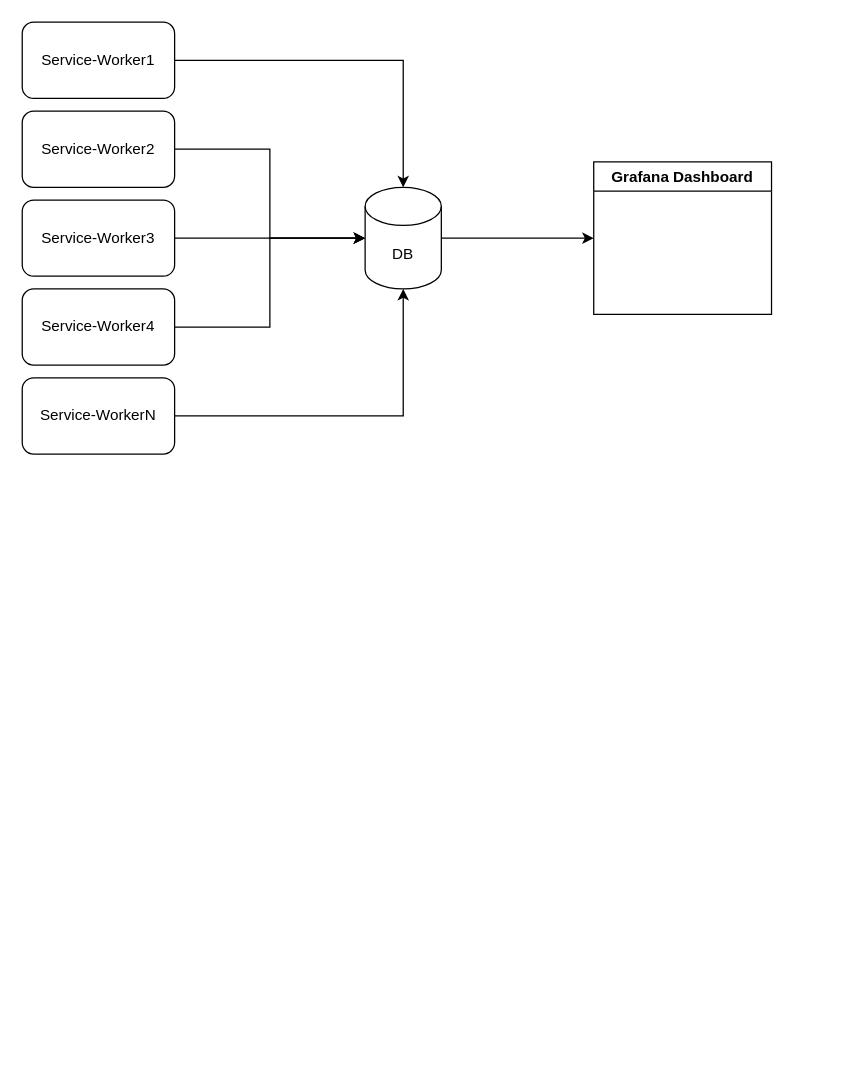
Above: ServiceMetricsDB.drawio in ravisjha/test (draw.io), before the change. Source tidied: cells renumbered, new cells numbered last; positions are measured from the earlier drawing's top-left corner, leaving out a move shared by most shapes. Both pictures are drawn from the tidied source at 127%, with x=0, y=0 at pixel (22, 22).
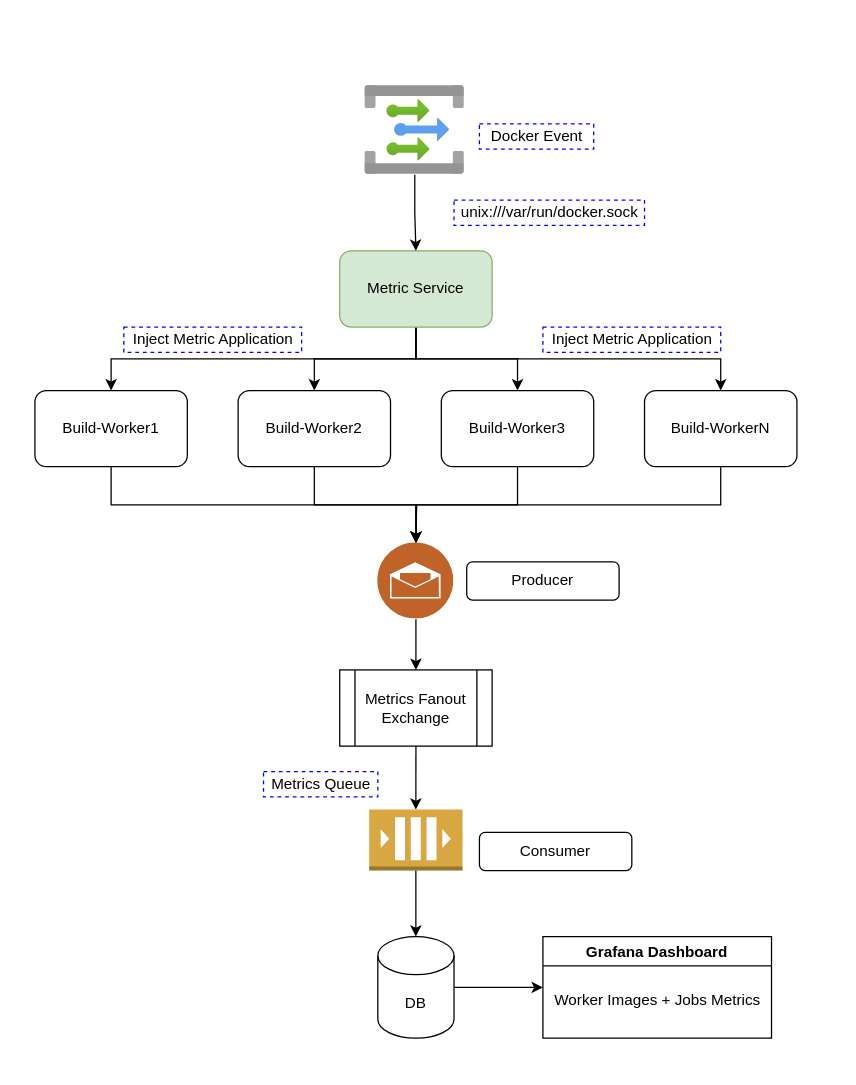
After the change.

What changed in the source:
```diff
@@
+    <mxCell id="15" style="rounded=0;whiteSpace=wrap;html=1;dashed=1;strokeColor=none;" parent="1" vertex="1">
+      <mxGeometry y="20" width="640" height="800" as="geometry" />
+    </mxCell>
@@
     <mxCell id="3" value="DB" style="shape=cylinder3;whiteSpace=wrap;html=1;boundedLbl=1;backgroundOutline=1;size=15;" parent="1" vertex="1">
-      <mxGeometry x="270" y="130" width="60" height="80" as="geometry" />
+      <mxGeometry x="280" y="720" width="60" height="80" as="geometry" />
     </mxCell>
-    <mxCell id="4" style="edgeStyle=orthogonalEdgeStyle;rounded=0;jettySize=auto;html=1;entryX=0;entryY=0.5;entryDx=0;entryDy=0;entryPerimeter=0;" parent="1" edge="1" source="5" target="3">
-      <mxGeometry relative="1" as="geometry" />
-    </mxCell>
+    <mxCell id="16" style="edgeStyle=orthogonalEdgeStyle;rounded=0;jettySize=auto;html=1;exitX=0.5;exitY=1;exitDx=0;exitDy=0;" parent="1" edge="1" source="5">
+      <mxGeometry relative="1" as="geometry">
+        <mxPoint x="310" y="410" as="targetPoint" />
+      </mxGeometry>
+    </mxCell>
-    <mxCell id="5" value="Service-Worker2" style="rounded=1;whiteSpace=wrap;html=1;" parent="1" vertex="1">
-      <mxGeometry y="70" width="120" height="60" as="geometry" />
+    <mxCell id="5" value="Build-Worker2" style="rounded=1;whiteSpace=wrap;html=1;" parent="1" vertex="1">
+      <mxGeometry x="170" y="290" width="120" height="60" as="geometry" />
     </mxCell>
-    <mxCell id="6" style="edgeStyle=orthogonalEdgeStyle;rounded=0;jettySize=auto;html=1;exitX=1;exitY=0.5;exitDx=0;exitDy=0;entryX=0.5;entryY=1;entryDx=0;entryDy=0;entryPerimeter=0;" parent="1" edge="1" source="7" target="3">
-      <mxGeometry relative="1" as="geometry" />
-    </mxCell>
-    <mxCell id="7" value="Service-WorkerN" style="rounded=1;whiteSpace=wrap;html=1;" parent="1" vertex="1">
-      <mxGeometry y="280" width="120" height="60" as="geometry" />
-    </mxCell>
-    <mxCell id="8" style="edgeStyle=orthogonalEdgeStyle;rounded=0;jettySize=auto;html=1;exitX=1;exitY=0.5;exitDx=0;exitDy=0;" parent="1" edge="1" source="9" target="3">
-      <mxGeometry relative="1" as="geometry" />
-    </mxCell>
+    <mxCell id="17" style="edgeStyle=orthogonalEdgeStyle;rounded=0;jettySize=auto;html=1;exitX=0.5;exitY=1;exitDx=0;exitDy=0;" parent="1" edge="1" source="9" target="33">
+      <mxGeometry relative="1" as="geometry" />
+    </mxCell>
-    <mxCell id="9" value="Service-Worker1" style="rounded=1;whiteSpace=wrap;html=1;" parent="1" vertex="1">
-      <mxGeometry width="120" height="60" as="geometry" />
+    <mxCell id="9" value="Build-Worker1" style="rounded=1;whiteSpace=wrap;html=1;" parent="1" vertex="1">
+      <mxGeometry x="10" y="290" width="120" height="60" as="geometry" />
     </mxCell>
-    <mxCell id="10" style="edgeStyle=orthogonalEdgeStyle;rounded=0;jettySize=auto;html=1;exitX=1;exitY=0.5;exitDx=0;exitDy=0;" parent="1" edge="1" source="11">
-      <mxGeometry relative="1" as="geometry">
-        <mxPoint x="270" y="170" as="targetPoint" />
-      </mxGeometry>
-    </mxCell>
+    <mxCell id="18" style="edgeStyle=orthogonalEdgeStyle;rounded=0;jettySize=auto;html=1;exitX=0.5;exitY=1;exitDx=0;exitDy=0;" parent="1" edge="1" source="11">
+      <mxGeometry relative="1" as="geometry">
+        <mxPoint x="310" y="410" as="targetPoint" />
+      </mxGeometry>
+    </mxCell>
-    <mxCell id="11" value="Service-Worker3" style="rounded=1;whiteSpace=wrap;html=1;" parent="1" vertex="1">
-      <mxGeometry y="140" width="120" height="60" as="geometry" />
+    <mxCell id="11" value="Build-Worker3" style="rounded=1;whiteSpace=wrap;html=1;" parent="1" vertex="1">
+      <mxGeometry x="330" y="290" width="120" height="60" as="geometry" />
     </mxCell>
-    <mxCell id="12" style="edgeStyle=orthogonalEdgeStyle;rounded=0;jettySize=auto;html=1;exitX=1;exitY=0.5;exitDx=0;exitDy=0;" parent="1" edge="1" source="13" target="3">
-      <mxGeometry relative="1" as="geometry" />
-    </mxCell>
+    <mxCell id="19" style="edgeStyle=orthogonalEdgeStyle;rounded=0;jettySize=auto;html=1;exitX=0.5;exitY=1;exitDx=0;exitDy=0;entryX=0.5;entryY=0;entryDx=0;entryDy=0;" parent="1" edge="1" source="13" target="33">
+      <mxGeometry relative="1" as="geometry" />
+    </mxCell>
-    <mxCell id="13" value="Service-Worker4" style="rounded=1;whiteSpace=wrap;html=1;" parent="1" vertex="1">
-      <mxGeometry y="210" width="120" height="60" as="geometry" />
+    <mxCell id="13" value="Build-WorkerN" style="rounded=1;whiteSpace=wrap;html=1;" parent="1" vertex="1">
+      <mxGeometry x="490" y="290" width="120" height="60" as="geometry" />
     </mxCell>
-    <mxCell id="14" value="Grafana Dashboard" style="swimlane;" parent="1" vertex="1">
-      <mxGeometry x="450" y="110" width="140" height="120" as="geometry" />
+    <mxCell id="14" value="Grafana Dashboard" style="swimlane;startSize=23;" parent="1" vertex="1">
+      <mxGeometry x="410" y="720" width="180" height="80" as="geometry" />
     </mxCell>
+    <mxCell id="20" value="Worker Images + Jobs Metrics" style="text;html=1;align=center;verticalAlign=middle;strokeColor=none;fillColor=none;" parent="14" vertex="1">
+      <mxGeometry y="40" width="180" height="20" as="geometry" />
+    </mxCell>
+    <mxCell id="21" style="edgeStyle=orthogonalEdgeStyle;rounded=0;jettySize=auto;html=1;exitX=0.5;exitY=1;exitDx=0;exitDy=0;entryX=0.5;entryY=0;entryDx=0;entryDy=0;" parent="1" edge="1" source="25" target="9">
+      <mxGeometry relative="1" as="geometry" />
+    </mxCell>
+    <mxCell id="22" style="edgeStyle=orthogonalEdgeStyle;rounded=0;jettySize=auto;html=1;exitX=0.5;exitY=1;exitDx=0;exitDy=0;entryX=0.5;entryY=0;entryDx=0;entryDy=0;" parent="1" edge="1" source="25" target="5">
+      <mxGeometry relative="1" as="geometry" />
+    </mxCell>
+    <mxCell id="23" style="edgeStyle=orthogonalEdgeStyle;rounded=0;jettySize=auto;html=1;exitX=0.5;exitY=1;exitDx=0;exitDy=0;entryX=0.5;entryY=0;entryDx=0;entryDy=0;" parent="1" edge="1" source="25" target="11">
+      <mxGeometry relative="1" as="geometry" />
+    </mxCell>
+    <mxCell id="24" style="edgeStyle=orthogonalEdgeStyle;rounded=0;jettySize=auto;html=1;exitX=0.5;exitY=1;exitDx=0;exitDy=0;" parent="1" edge="1" source="25" target="13">
+      <mxGeometry relative="1" as="geometry" />
+    </mxCell>
+    <mxCell id="25" value="Metric Service" style="rounded=1;whiteSpace=wrap;html=1;fillColor=#d5e8d4;strokeColor=#82b366;" parent="1" vertex="1">
+      <mxGeometry x="250" y="180" width="120" height="60" as="geometry" />
+    </mxCell>
+    <mxCell id="26" value="Inject Metric Application" style="text;html=1;align=center;verticalAlign=middle;strokeColor=#0000FF;fillColor=none;dashed=1;" parent="1" vertex="1">
+      <mxGeometry x="80" y="240" width="140" height="20" as="geometry" />
+    </mxCell>
+    <mxCell id="27" value="Inject Metric Application" style="text;html=1;align=center;verticalAlign=middle;strokeColor=#0000FF;fillColor=none;dashed=1;" parent="1" vertex="1">
+      <mxGeometry x="410" y="240" width="140" height="20" as="geometry" />
+    </mxCell>
+    <mxCell id="28" style="edgeStyle=orthogonalEdgeStyle;rounded=0;jettySize=auto;html=1;entryX=0.5;entryY=0;entryDx=0;entryDy=0;" parent="1" edge="1" source="29" target="25">
+      <mxGeometry relative="1" as="geometry" />
+    </mxCell>
+    <mxCell id="29" style="html=1;points=[];align=center;image;fontSize=12;image=img/lib/azure2/integration/Event_Grid_Topics.svg;dashed=1;strokeColor=#0000FF;" parent="1" vertex="1">
+      <mxGeometry x="270" y="50" width="78.2" height="70" as="geometry" />
+    </mxCell>
+    <mxCell id="30" value="Docker Event" style="text;html=1;align=center;verticalAlign=middle;strokeColor=#0000FF;fillColor=none;dashed=1;" parent="1" vertex="1">
+      <mxGeometry x="360" y="80" width="90" height="20" as="geometry" />
+    </mxCell>
+    <mxCell id="31" value="unix:///var/run/docker.sock" style="text;html=1;align=center;verticalAlign=middle;strokeColor=#0000FF;fillColor=none;dashed=1;" parent="1" vertex="1">
+      <mxGeometry x="340" y="140" width="150" height="20" as="geometry" />
+    </mxCell>
+    <mxCell id="32" style="edgeStyle=orthogonalEdgeStyle;rounded=0;jettySize=auto;html=1;exitX=0.5;exitY=1;exitDx=0;exitDy=0;entryX=0.5;entryY=0;entryDx=0;entryDy=0;" parent="1" edge="1" source="33" target="35">
+      <mxGeometry relative="1" as="geometry" />
+    </mxCell>
+    <mxCell id="33" style="perimeter=ellipsePerimeter;html=1;align=center;shadow=0;dashed=0;fontColor=#4277BB;labelBackgroundColor=#ffffff;fontSize=12;spacingTop=3;image;image=img/lib/ibm/social/messaging.svg;strokeColor=#0000FF;" parent="1" vertex="1">
+      <mxGeometry x="280" y="410" width="60" height="60" as="geometry" />
+    </mxCell>
+    <mxCell id="34" value="Producer" style="rounded=1;whiteSpace=wrap;html=1;strokeColor=#000000;" parent="1" vertex="1">
+      <mxGeometry x="350" y="425" width="120" height="30" as="geometry" />
+    </mxCell>
+    <mxCell id="35" value="Metrics Fanout Exchange" style="shape=process;whiteSpace=wrap;html=1;backgroundOutline=1;strokeColor=#000000;" parent="1" vertex="1">
+      <mxGeometry x="250" y="510" width="120" height="60" as="geometry" />
+    </mxCell>
+    <mxCell id="36" style="edgeStyle=orthogonalEdgeStyle;rounded=0;orthogonalLoop=1;jettySize=auto;html=1;exitX=0.5;exitY=1;exitDx=0;exitDy=0;" parent="1" edge="1" source="35" target="35">
+      <mxGeometry relative="1" as="geometry" />
+    </mxCell>
+    <mxCell id="37" style="endArrow=classic;html=1;rounded=0;exitX=0.5;exitY=1;exitDx=0;exitDy=0;entryX=0.5;entryY=0;entryDx=0;entryDy=0;entryPerimeter=0;" parent="1" edge="1" source="35" target="39">
+      <mxGeometry relative="1" as="geometry" />
+    </mxCell>
+    <mxCell id="38" style="edgeStyle=orthogonalEdgeStyle;rounded=0;jettySize=auto;html=1;exitX=0.5;exitY=1;exitDx=0;exitDy=0;exitPerimeter=0;" parent="1" edge="1" source="39" target="3">
+      <mxGeometry relative="1" as="geometry" />
+    </mxCell>
+    <mxCell id="39" style="outlineConnect=0;dashed=0;verticalLabelPosition=bottom;verticalAlign=top;align=center;html=1;shape=mxgraph.aws3.queue;fillColor=#D9A741;gradientColor=none;strokeColor=#000000;" parent="1" vertex="1">
+      <mxGeometry x="273.2" y="620" width="73.5" height="48" as="geometry" />
+    </mxCell>
+    <mxCell id="40" value="Metrics Queue" style="text;html=1;align=center;verticalAlign=middle;strokeColor=#0000FF;fillColor=none;dashed=1;" parent="1" vertex="1">
+      <mxGeometry x="190" y="590" width="90" height="20" as="geometry" />
+    </mxCell>
+    <mxCell id="41" value="Consumer" style="rounded=1;whiteSpace=wrap;html=1;strokeColor=#000000;" parent="1" vertex="1">
+      <mxGeometry x="360" y="638" width="120" height="30" as="geometry" />
+    </mxCell>
```
